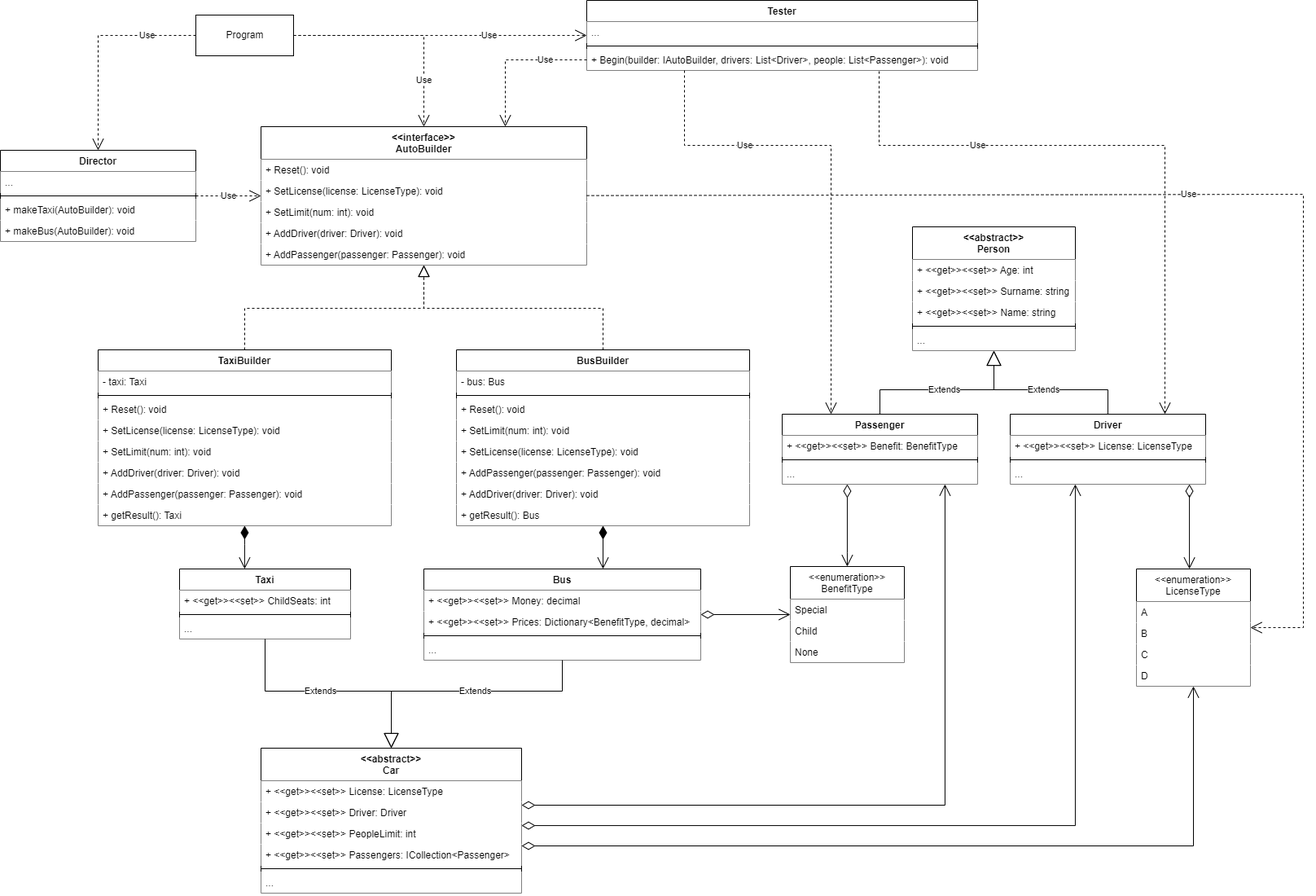
Before: msnet/Lab3/Lab3.drawio.png, a diagram exported from draw.io (feedblackg44/kpilabs4). Source tidied: cells renumbered, new cells last; positions are measured from the earlier drawing's top-left corner, leaving out a move shared by most shapes.
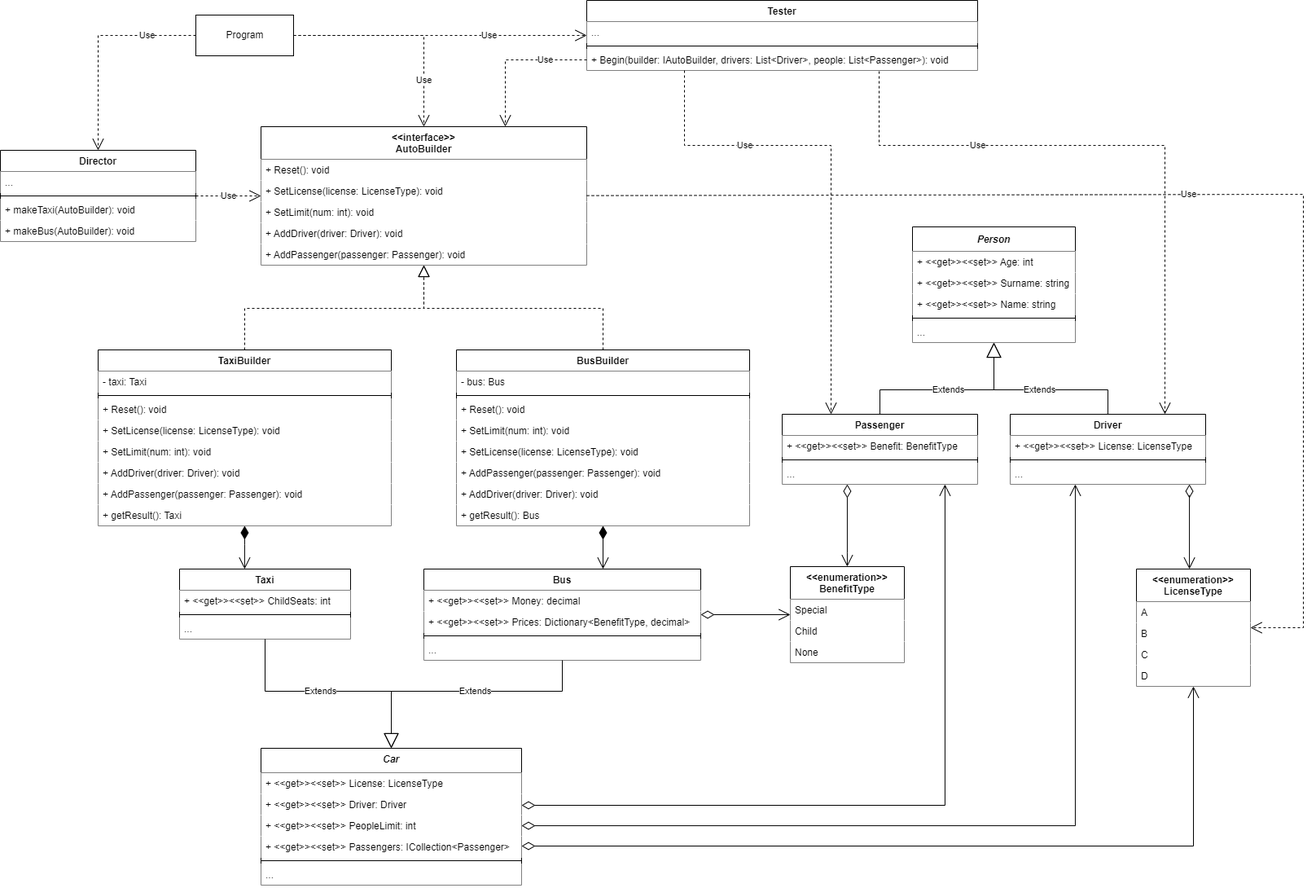
The same diagram one commit later.

What changed in the source:
```diff
@@ -20,26 +20,26 @@
     <mxCell id="7" value="+ AddPassenger(passenger: Passenger): void" style="text;strokeColor=none;fillColor=default;align=left;verticalAlign=top;spacingLeft=4;spacingRight=4;overflow=hidden;" parent="2" vertex="1">
       <mxGeometry y="144" width="400" height="26" as="geometry" />
     </mxCell>
-    <mxCell id="8" value="&lt;&lt;abstract&gt;&gt;&#10;Car" style="swimlane;fontStyle=1;align=center;verticalAlign=top;horizontal=1;startSize=40;fillColor=default;" parent="1" vertex="1">
-      <mxGeometry x="320" y="918" width="320" height="178" as="geometry" />
+    <mxCell id="8" value="Car" style="swimlane;fontStyle=3;align=center;verticalAlign=top;horizontal=1;startSize=30;fillColor=default;" parent="1" vertex="1">
+      <mxGeometry x="320" y="918" width="320" height="168" as="geometry" />
     </mxCell>
     <mxCell id="9" value="+ &lt;&lt;get&gt;&gt;&lt;&lt;set&gt;&gt; License: LicenseType" style="text;strokeColor=none;fillColor=default;align=left;verticalAlign=top;spacingLeft=4;spacingRight=4;overflow=hidden;" parent="8" vertex="1">
-      <mxGeometry y="40" width="320" height="26" as="geometry" />
+      <mxGeometry y="30" width="320" height="26" as="geometry" />
     </mxCell>
     <mxCell id="10" value="+ &lt;&lt;get&gt;&gt;&lt;&lt;set&gt;&gt; Driver: Driver" style="text;strokeColor=none;fillColor=default;align=left;verticalAlign=top;spacingLeft=4;spacingRight=4;overflow=hidden;" parent="8" vertex="1">
-      <mxGeometry y="66" width="320" height="26" as="geometry" />
+      <mxGeometry y="56" width="320" height="26" as="geometry" />
     </mxCell>
     <mxCell id="11" value="+ &lt;&lt;get&gt;&gt;&lt;&lt;set&gt;&gt; PeopleLimit: int" style="text;strokeColor=none;fillColor=default;align=left;verticalAlign=top;spacingLeft=4;spacingRight=4;overflow=hidden;" parent="8" vertex="1">
-      <mxGeometry y="92" width="320" height="26" as="geometry" />
+      <mxGeometry y="82" width="320" height="26" as="geometry" />
     </mxCell>
     <mxCell id="12" value="+ &lt;&lt;get&gt;&gt;&lt;&lt;set&gt;&gt; Passengers: ICollection&lt;Passenger&gt;" style="text;strokeColor=none;fillColor=default;align=left;verticalAlign=top;spacingLeft=4;spacingRight=4;overflow=hidden;" parent="8" vertex="1">
-      <mxGeometry y="118" width="320" height="26" as="geometry" />
+      <mxGeometry y="108" width="320" height="26" as="geometry" />
     </mxCell>
     <mxCell id="13" style="line;strokeWidth=1;fillColor=none;align=left;verticalAlign=middle;spacingTop=-1;spacingLeft=3;spacingRight=3;labelPosition=right;" parent="8" vertex="1">
-      <mxGeometry y="144" width="320" height="8" as="geometry" />
+      <mxGeometry y="134" width="320" height="8" as="geometry" />
     </mxCell>
     <mxCell id="14" value="..." style="text;strokeColor=none;fillColor=default;align=left;verticalAlign=top;spacingLeft=4;spacingRight=4;overflow=hidden;" parent="8" vertex="1">
-      <mxGeometry y="152" width="320" height="26" as="geometry" />
+      <mxGeometry y="142" width="320" height="26" as="geometry" />
     </mxCell>
     <mxCell id="15" value="Taxi" style="swimlane;fontStyle=1;align=center;verticalAlign=top;horizontal=1;startSize=26;fillColor=default;" parent="1" vertex="1">
       <mxGeometry x="220" y="698" width="210" height="86" as="geometry" />
@@ -178,23 +178,23 @@
     <mxCell id="53" value="..." style="text;strokeColor=none;fillColor=default;align=left;verticalAlign=top;spacingLeft=4;spacingRight=4;overflow=hidden;" parent="50" vertex="1">
       <mxGeometry y="60" width="240" height="26" as="geometry" />
     </mxCell>
-    <mxCell id="54" value="&lt;&lt;abstract&gt;&gt;&#10;Person" style="swimlane;fontStyle=1;align=center;verticalAlign=top;horizontal=1;startSize=40;fillColor=default;" parent="1" vertex="1">
-      <mxGeometry x="1120" y="278" width="200" height="152" as="geometry" />
+    <mxCell id="54" value="Person" style="swimlane;fontStyle=3;align=center;verticalAlign=top;horizontal=1;startSize=30;fillColor=default;spacing=4;" parent="1" vertex="1">
+      <mxGeometry x="1120" y="278" width="200" height="142" as="geometry" />
     </mxCell>
     <mxCell id="55" value="+ &lt;&lt;get&gt;&gt;&lt;&lt;set&gt;&gt; Age: int" style="text;strokeColor=none;fillColor=default;align=left;verticalAlign=top;spacingLeft=4;spacingRight=4;overflow=hidden;" parent="54" vertex="1">
-      <mxGeometry y="40" width="200" height="26" as="geometry" />
+      <mxGeometry y="30" width="200" height="26" as="geometry" />
     </mxCell>
     <mxCell id="56" value="+ &lt;&lt;get&gt;&gt;&lt;&lt;set&gt;&gt; Surname: string" style="text;strokeColor=none;fillColor=default;align=left;verticalAlign=top;spacingLeft=4;spacingRight=4;overflow=hidden;" parent="54" vertex="1">
-      <mxGeometry y="66" width="200" height="26" as="geometry" />
+      <mxGeometry y="56" width="200" height="26" as="geometry" />
     </mxCell>
     <mxCell id="57" value="+ &lt;&lt;get&gt;&gt;&lt;&lt;set&gt;&gt; Name: string" style="text;strokeColor=none;fillColor=default;align=left;verticalAlign=top;spacingLeft=4;spacingRight=4;overflow=hidden;" parent="54" vertex="1">
-      <mxGeometry y="92" width="200" height="26" as="geometry" />
+      <mxGeometry y="82" width="200" height="26" as="geometry" />
     </mxCell>
     <mxCell id="58" style="line;strokeWidth=1;fillColor=none;align=left;verticalAlign=middle;spacingTop=-1;spacingLeft=3;spacingRight=3;labelPosition=right;" parent="54" vertex="1">
-      <mxGeometry y="118" width="200" height="8" as="geometry" />
+      <mxGeometry y="108" width="200" height="8" as="geometry" />
     </mxCell>
     <mxCell id="59" value="..." style="text;strokeColor=none;fillColor=default;align=left;verticalAlign=top;spacingLeft=4;spacingRight=4;overflow=hidden;" parent="54" vertex="1">
-      <mxGeometry y="126" width="200" height="26" as="geometry" />
+      <mxGeometry y="116" width="200" height="26" as="geometry" />
     </mxCell>
     <mxCell id="60" value="Extends" style="endArrow=block;endSize=16;endFill=0;html=1;rounded=0;" parent="1" edge="1" source="46" target="54">
       <mxGeometry relative="1" as="geometry">
@@ -212,7 +212,7 @@
         </Array>
       </mxGeometry>
     </mxCell>
-    <mxCell id="62" value="&lt;&lt;enumeration&gt;&gt;&#10;BenefitType" style="swimlane;fontStyle=0;horizontal=1;startSize=40;fillColor=default;" parent="1" vertex="1">
+    <mxCell id="62" value="&lt;&lt;enumeration&gt;&gt;&#10;BenefitType" style="swimlane;fontStyle=1;horizontal=1;startSize=40;fillColor=default;" parent="1" vertex="1">
       <mxGeometry x="970" y="695" width="140" height="118" as="geometry" />
     </mxCell>
     <mxCell id="63" value="Special" style="text;strokeColor=none;fillColor=default;align=left;verticalAlign=top;spacingLeft=4;spacingRight=4;overflow=hidden;" parent="62" vertex="1">
@@ -224,7 +224,7 @@
     <mxCell id="65" value="None" style="text;strokeColor=none;fillColor=default;align=left;verticalAlign=top;spacingLeft=4;spacingRight=4;overflow=hidden;" parent="62" vertex="1">
       <mxGeometry y="92" width="140" height="26" as="geometry" />
     </mxCell>
-    <mxCell id="66" value="&lt;&lt;enumeration&gt;&gt;&#10;LicenseType" style="swimlane;fontStyle=0;horizontal=1;startSize=40;fillColor=default;" parent="1" vertex="1">
+    <mxCell id="66" value="&lt;&lt;enumeration&gt;&gt;&#10;LicenseType" style="swimlane;fontStyle=1;horizontal=1;startSize=40;fillColor=default;" parent="1" vertex="1">
       <mxGeometry x="1395" y="698" width="140" height="144" as="geometry" />
     </mxCell>
     <mxCell id="67" value="A" style="text;strokeColor=none;fillColor=default;align=left;verticalAlign=top;spacingLeft=4;spacingRight=4;overflow=hidden;" parent="66" vertex="1">
```
